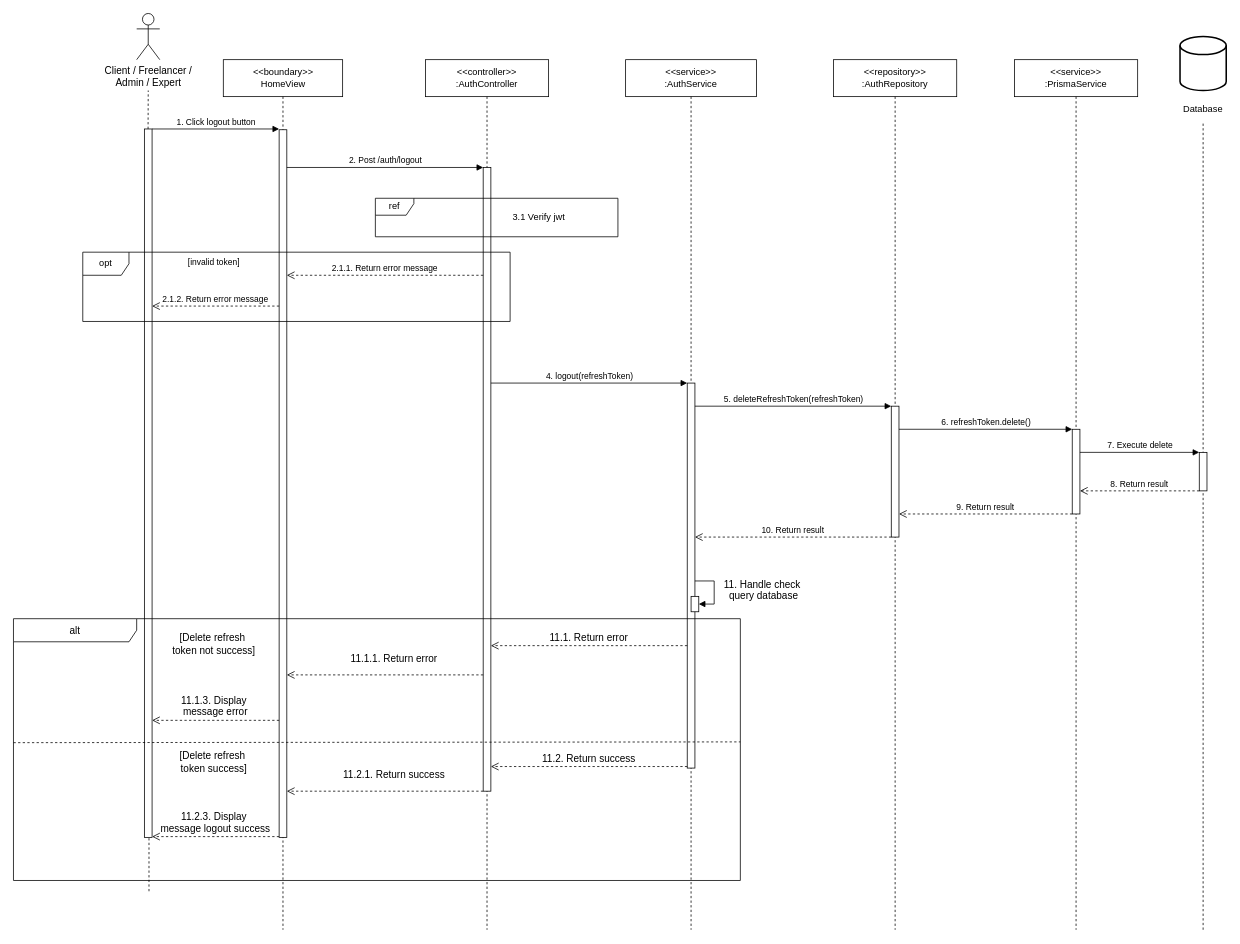
This is sequence-diagrams-remake/tthuan/UC-03-Logout.drawio from Thunggg/Frevia, a draw.io file, before an edit. Source tidied: cells renumbered, new cells numbered last; positions are measured from the earlier drawing's top-left corner, leaving out a move shared by most shapes. Both pictures are drawn from the tidied source at 77%, with x=0, y=0 at pixel (13, 13).
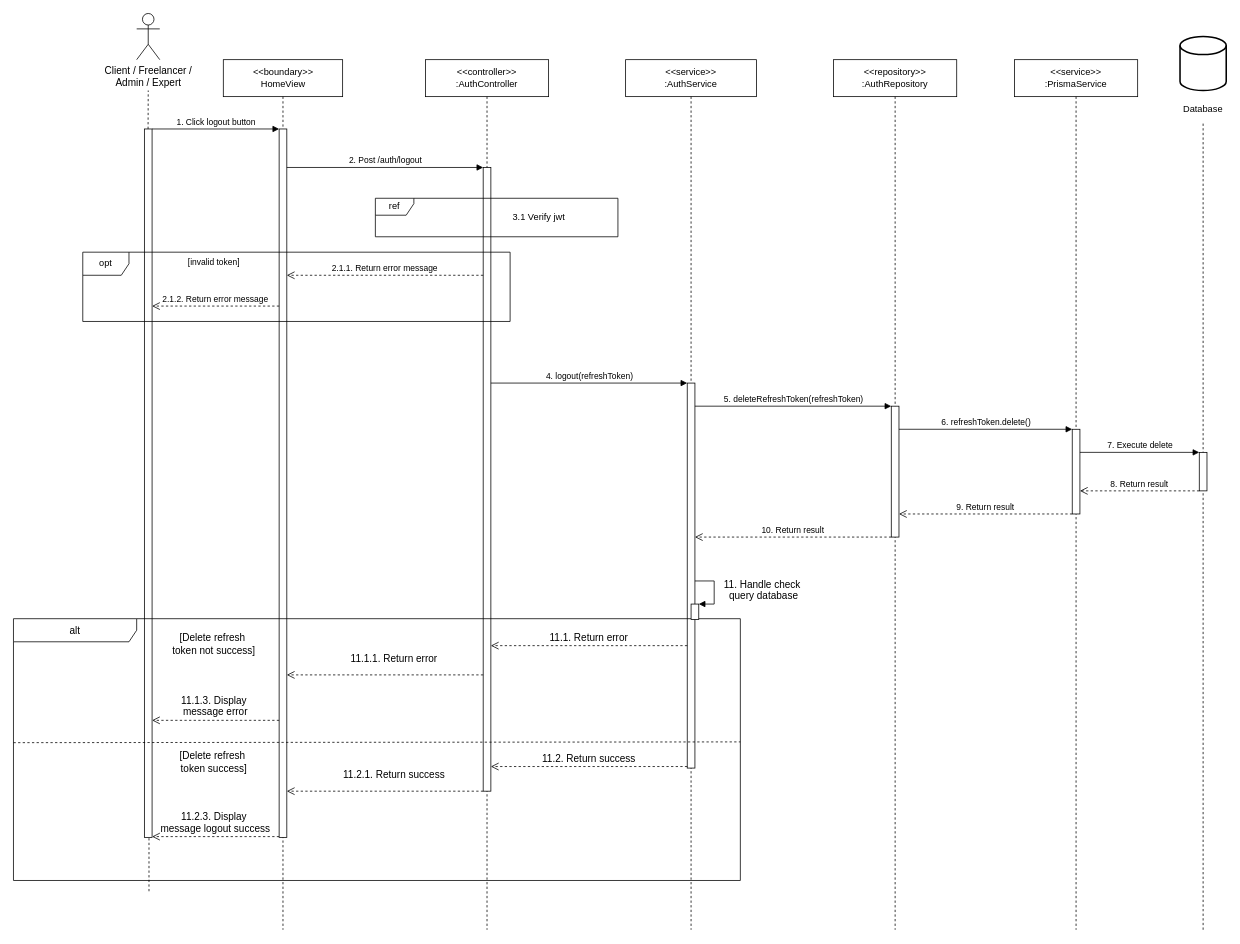
After the change.

The change refers to these unchanged cells:
```xml
<mxCell id="6" value="&amp;lt;&amp;lt;boundary&amp;gt;&amp;gt;&lt;br&gt;HomeView" style="shape=umlLifeline;perimeter=lifelinePerimeter;whiteSpace=wrap;html=1;newEdgeStyle={&quot;curved&quot;:0,&quot;rounded&quot;:0};size=48;" parent="1" vertex="1">
  <mxGeometry x="272.5" y="60" width="155" height="1130" as="geometry" />
</mxCell>
```

Diff of the diagram source:
```diff
@@
     <mxCell id="7" style="html=1;perimeter=orthogonalPerimeter;targetShapes=umlLifeline;newEdgeStyle={&quot;curved&quot;:0,&quot;rounded&quot;:0};" parent="6" vertex="1">
-      <mxGeometry x="72.5" y="91" width="10" height="919" as="geometry" />
+      <mxGeometry x="72.5" y="90" width="10" height="920" as="geometry" />
     </mxCell>
@@
     <mxCell id="33" style="html=1;points=[[0,0,0,0,5],[0,1,0,0,-5],[1,0,0,0,5],[1,1,0,0,-5]];perimeter=orthogonalPerimeter;outlineConnect=0;targetShapes=umlLifeline;portConstraint=eastwest;newEdgeStyle={&quot;curved&quot;:0,&quot;rounded&quot;:0};fontSize=13;" parent="1" vertex="1">
-      <mxGeometry x="880" y="757" width="10" height="20" as="geometry" />
+      <mxGeometry x="880" y="767" width="10" height="20" as="geometry" />
     </mxCell>
-    <mxCell id="34" value="&lt;div&gt;&lt;br&gt;&lt;/div&gt;11.&amp;nbsp;Handle check&amp;nbsp;&lt;div&gt;query database&lt;/div&gt;" style="html=1;verticalAlign=bottom;endArrow=block;curved=0;rounded=0;fontSize=13;labelBackgroundColor=#ffffff;" parent="1" edge="1" target="33">
+    <mxCell id="34" value="&lt;div&gt;&lt;br&gt;&lt;/div&gt;11.&amp;nbsp;Handle check&amp;nbsp;&lt;div&gt;query database&lt;/div&gt;" style="html=1;verticalAlign=bottom;endArrow=block;curved=0;rounded=0;fontSize=13;labelBackgroundColor=#ffffff;" parent="1" edge="1">
       <mxGeometry x="0.47" y="-64" relative="1" as="geometry">
         <mxPoint x="885" y="737" as="sourcePoint" />
+        <mxPoint x="890" y="767" as="targetPoint" />
         <Array as="points">
           <mxPoint x="910" y="737" />
           <mxPoint x="910" y="767" />
         </Array>
         <mxPoint x="64" y="64" as="offset" />
       </mxGeometry>
     </mxCell>
```
